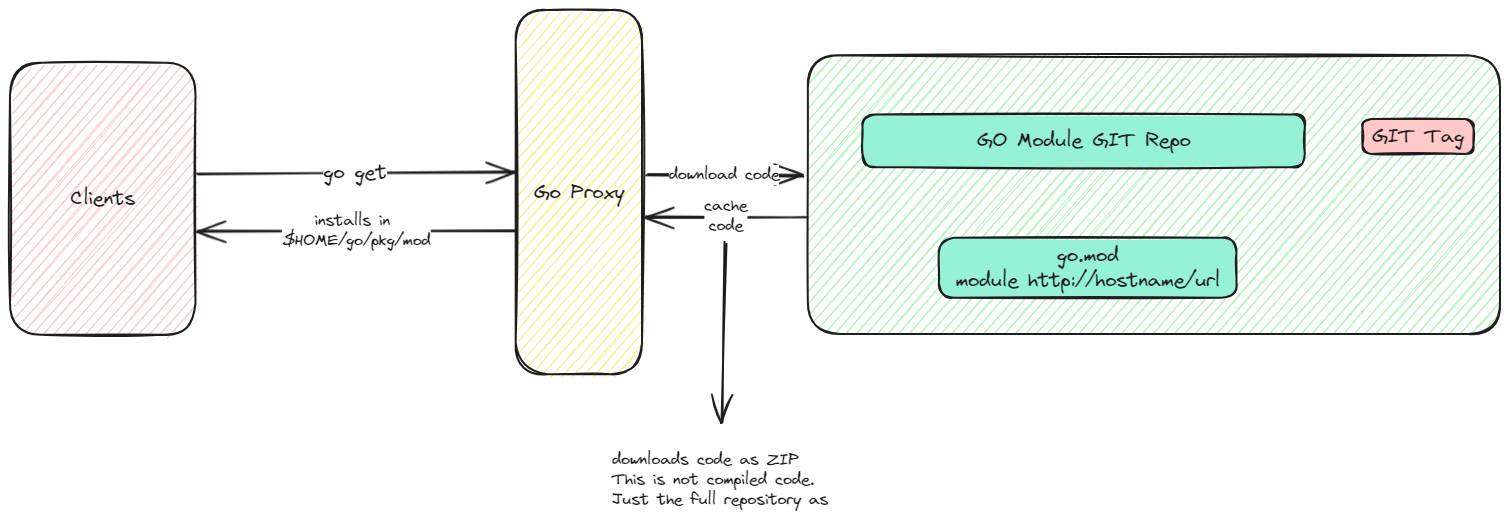
This is static/img/go-modules.excalidraw.png from swaroopar/inprogress-engineer, a Excalidraw export, as it was before one commit. Source tidied: one line per element, renumbered; positions are measured from the earlier drawing's top-left corner, leaving out a move shared by most shapes. Source of this version:
```json
{"id": 0, "type": "rectangle", "strokeColor": "#1e1e1e", "backgroundColor": "#b2f2bb", "fillStyle": "hachure", "strokeWidth": 2, "roughness": 1, "round": true, "x": 798, "y": 45, "width": 692, "height": 279}
{"id": 1, "type": "rectangle", "strokeColor": "#1e1e1e", "backgroundColor": "#96f2d7", "fillStyle": "solid", "strokeWidth": 2, "roughness": 1, "round": true, "x": 853, "y": 104, "width": 442, "height": 52}
{"id": 2, "type": "text", "text": "GO Module GIT Repo", "strokeColor": "#1e1e1e", "strokeWidth": 2, "roughness": 1, "fontSize": 20, "fontFamily": 1, "textAlign": "center", "verticalAlign": "middle", "inside": 1, "x": 967, "y": 118, "width": 214, "height": 25}
{"id": 3, "type": "rectangle", "strokeColor": "#1e1e1e", "backgroundColor": "#ffc9c9", "fillStyle": "solid", "strokeWidth": 2, "roughness": 1, "round": true, "x": 1353, "y": 109, "width": 111, "height": 35}
{"id": 4, "type": "text", "text": "GIT Tag", "strokeColor": "#1e1e1e", "strokeWidth": 2, "roughness": 1, "fontSize": 20, "fontFamily": 1, "textAlign": "center", "verticalAlign": "middle", "inside": 3, "x": 1362, "y": 114, "width": 92, "height": 25}
{"id": 5, "type": "rectangle", "strokeColor": "#1e1e1e", "backgroundColor": "#96f2d7", "fillStyle": "solid", "strokeWidth": 2, "roughness": 1, "round": true, "x": 929, "y": 228, "width": 298, "height": 60}
{"id": 6, "type": "text", "text": "go.mod\nmodule http://hostname/url", "strokeColor": "#1e1e1e", "strokeWidth": 2, "roughness": 1, "fontSize": 20, "fontFamily": 1, "textAlign": "center", "verticalAlign": "middle", "inside": 5, "x": 945, "y": 233, "width": 264, "height": 50}
{"id": 7, "type": "rectangle", "strokeColor": "#1e1e1e", "backgroundColor": "#ffec99", "fillStyle": "hachure", "strokeWidth": 2, "roughness": 1, "round": true, "x": 506, "y": 0, "width": 126, "height": 364}
{"id": 8, "type": "text", "text": "Go Proxy", "strokeColor": "#1e1e1e", "strokeWidth": 2, "roughness": 1, "fontSize": 20, "fontFamily": 1, "textAlign": "center", "verticalAlign": "middle", "inside": 7, "x": 524, "y": 170, "width": 90, "height": 25}
{"id": 9, "type": "rectangle", "strokeColor": "#1e1e1e", "backgroundColor": "#ffc9c9", "fillStyle": "hachure", "strokeWidth": 2, "roughness": 1, "round": true, "x": 0, "y": 53, "width": 185, "height": 272}
{"id": 10, "type": "text", "text": "Clients", "strokeColor": "#1e1e1e", "strokeWidth": 2, "roughness": 1, "fontSize": 20, "fontFamily": 1, "textAlign": "center", "verticalAlign": "middle", "inside": 9, "x": 60, "y": 176, "width": 65, "height": 25}
{"id": 11, "type": "arrow", "strokeColor": "#1e1e1e", "strokeWidth": 2, "roughness": 1, "endArrowhead": "arrow", "round": true, "from": 9, "to": 7, "x": 186, "y": 163, "width": 317, "height": 2, "points": [[0, 0], [317, -2]]}
{"id": 12, "type": "text", "text": "go get", "strokeColor": "#1e1e1e", "strokeWidth": 2, "roughness": 1, "fontSize": 20, "fontFamily": 1, "textAlign": "center", "verticalAlign": "middle", "inside": 11, "x": 369, "y": 152, "width": 63, "height": 25}
{"id": 13, "type": "arrow", "strokeColor": "#1e1e1e", "strokeWidth": 2, "roughness": 1, "endArrowhead": "arrow", "round": true, "to": 0, "x": 636, "y": 165, "width": 155, "height": 0, "points": [[0, 0], [155, 0]]}
{"id": 14, "type": "text", "text": "download code", "strokeColor": "#1e1e1e", "strokeWidth": 2, "roughness": 1, "fontSize": 16, "fontFamily": 1, "textAlign": "center", "verticalAlign": "middle", "inside": 13, "x": 659, "y": 155, "width": 111, "height": 20}
{"id": 15, "type": "arrow", "strokeColor": "#1e1e1e", "strokeWidth": 2, "roughness": 1, "endArrowhead": "arrow", "round": true, "from": 0, "x": 796, "y": 206, "width": 161, "height": 0, "points": [[0, 0], [-161, 0]]}
{"id": 16, "type": "text", "text": "cache\ncode", "strokeColor": "#1e1e1e", "strokeWidth": 2, "roughness": 1, "fontSize": 16, "fontFamily": 1, "textAlign": "center", "verticalAlign": "middle", "inside": 15, "x": 694, "y": 186, "width": 43, "height": 40}
{"id": 17, "type": "arrow", "strokeColor": "#1e1e1e", "strokeWidth": 2, "roughness": 1, "endArrowhead": "arrow", "round": true, "x": 715, "y": 233, "width": 2, "height": 180, "points": [[0, 0], [-2, 180]]}
{"id": 18, "type": "text", "text": "downloads code as ZIP\nThis is not compiled code. \nJust the full repository as ", "strokeColor": "#1e1e1e", "strokeWidth": 2, "roughness": 1, "fontSize": 16, "fontFamily": 1, "x": 602, "y": 440, "width": 224, "height": 60}
{"id": 19, "type": "arrow", "strokeColor": "#1e1e1e", "strokeWidth": 2, "roughness": 1, "endArrowhead": "arrow", "round": true, "to": 9, "x": 505, "y": 221, "width": 317, "height": 0, "points": [[0, 0], [-317, 0]]}
{"id": 20, "type": "text", "text": "installs in \n$HOME/go/pkg/mod", "strokeColor": "#1e1e1e", "strokeWidth": 2, "roughness": 1, "fontSize": 16, "fontFamily": 1, "textAlign": "center", "verticalAlign": "middle", "inside": 19, "x": 326, "y": 201, "width": 149, "height": 40}
```
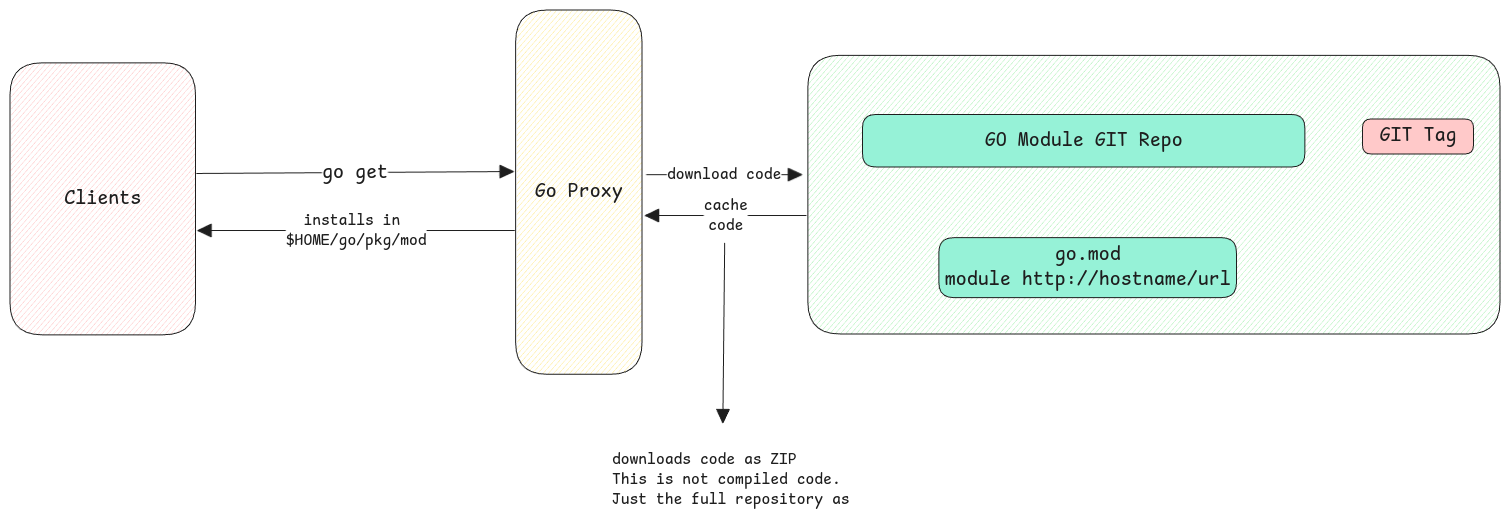
After the commit.

Diff of the diagram source:
```diff
@@ -1,21 +1,21 @@
-{"id": 0, "type": "rectangle", "strokeColor": "#1e1e1e", "backgroundColor": "#b2f2bb", "fillStyle": "hachure", "strokeWidth": 2, "roughness": 1, "round": true, "x": 798, "y": 45, "width": 692, "height": 279}
+{"id": 0, "type": "rectangle", "strokeColor": "#1e1e1e", "backgroundColor": "#b2f2bb", "fillStyle": "hachure", "strokeWidth": 1, "roughness": 0, "round": true, "x": 798, "y": 45, "width": 692, "height": 279}
-{"id": 1, "type": "rectangle", "strokeColor": "#1e1e1e", "backgroundColor": "#96f2d7", "fillStyle": "solid", "strokeWidth": 2, "roughness": 1, "round": true, "x": 853, "y": 104, "width": 442, "height": 52}
+{"id": 1, "type": "rectangle", "strokeColor": "#1e1e1e", "backgroundColor": "#96f2d7", "fillStyle": "solid", "strokeWidth": 1, "roughness": 0, "round": true, "x": 853, "y": 104, "width": 442, "height": 52}
-{"id": 2, "type": "text", "text": "GO Module GIT Repo", "strokeColor": "#1e1e1e", "strokeWidth": 2, "roughness": 1, "fontSize": 20, "fontFamily": 1, "textAlign": "center", "verticalAlign": "middle", "inside": 1, "x": 967, "y": 118, "width": 214, "height": 25}
+{"id": 2, "type": "text", "text": "GO Module GIT Repo", "strokeColor": "#1e1e1e", "strokeWidth": 2, "roughness": 1, "fontSize": 20, "fontFamily": 8, "textAlign": "center", "verticalAlign": "middle", "inside": 1, "x": 975, "y": 118, "width": 198, "height": 25}
-{"id": 3, "type": "rectangle", "strokeColor": "#1e1e1e", "backgroundColor": "#ffc9c9", "fillStyle": "solid", "strokeWidth": 2, "roughness": 1, "round": true, "x": 1353, "y": 109, "width": 111, "height": 35}
+{"id": 3, "type": "rectangle", "strokeColor": "#1e1e1e", "backgroundColor": "#ffc9c9", "fillStyle": "solid", "strokeWidth": 1, "roughness": 0, "round": true, "x": 1353, "y": 109, "width": 111, "height": 35}
-{"id": 4, "type": "text", "text": "GIT Tag", "strokeColor": "#1e1e1e", "strokeWidth": 2, "roughness": 1, "fontSize": 20, "fontFamily": 1, "textAlign": "center", "verticalAlign": "middle", "inside": 3, "x": 1362, "y": 114, "width": 92, "height": 25}
+{"id": 4, "type": "text", "text": "GIT Tag", "strokeColor": "#1e1e1e", "strokeWidth": 2, "roughness": 1, "fontSize": 20, "fontFamily": 8, "textAlign": "center", "verticalAlign": "middle", "inside": 3, "x": 1369, "y": 114, "width": 77, "height": 25}
-{"id": 5, "type": "rectangle", "strokeColor": "#1e1e1e", "backgroundColor": "#96f2d7", "fillStyle": "solid", "strokeWidth": 2, "roughness": 1, "round": true, "x": 929, "y": 228, "width": 298, "height": 60}
+{"id": 5, "type": "rectangle", "strokeColor": "#1e1e1e", "backgroundColor": "#96f2d7", "fillStyle": "solid", "strokeWidth": 1, "roughness": 0, "round": true, "x": 929, "y": 228, "width": 298, "height": 60}
-{"id": 6, "type": "text", "text": "go.mod\nmodule http://hostname/url", "strokeColor": "#1e1e1e", "strokeWidth": 2, "roughness": 1, "fontSize": 20, "fontFamily": 1, "textAlign": "center", "verticalAlign": "middle", "inside": 5, "x": 945, "y": 233, "width": 264, "height": 50}
+{"id": 6, "type": "text", "text": "go.mod\nmodule http://hostname/url", "strokeColor": "#1e1e1e", "strokeWidth": 2, "roughness": 1, "fontSize": 20, "fontFamily": 8, "textAlign": "center", "verticalAlign": "middle", "inside": 5, "x": 935, "y": 233, "width": 286, "height": 50}
-{"id": 7, "type": "rectangle", "strokeColor": "#1e1e1e", "backgroundColor": "#ffec99", "fillStyle": "hachure", "strokeWidth": 2, "roughness": 1, "round": true, "x": 506, "y": 0, "width": 126, "height": 364}
+{"id": 7, "type": "rectangle", "strokeColor": "#1e1e1e", "backgroundColor": "#ffec99", "fillStyle": "hachure", "strokeWidth": 1, "roughness": 0, "round": true, "x": 506, "y": 0, "width": 126, "height": 364}
-{"id": 8, "type": "text", "text": "Go Proxy", "strokeColor": "#1e1e1e", "strokeWidth": 2, "roughness": 1, "fontSize": 20, "fontFamily": 1, "textAlign": "center", "verticalAlign": "middle", "inside": 7, "x": 524, "y": 170, "width": 90, "height": 25}
+{"id": 8, "type": "text", "text": "Go Proxy", "strokeColor": "#1e1e1e", "strokeWidth": 2, "roughness": 1, "fontSize": 20, "fontFamily": 8, "textAlign": "center", "verticalAlign": "middle", "inside": 7, "x": 525, "y": 170, "width": 88, "height": 25}
-{"id": 9, "type": "rectangle", "strokeColor": "#1e1e1e", "backgroundColor": "#ffc9c9", "fillStyle": "hachure", "strokeWidth": 2, "roughness": 1, "round": true, "x": 0, "y": 53, "width": 185, "height": 272}
+{"id": 9, "type": "rectangle", "strokeColor": "#1e1e1e", "backgroundColor": "#ffc9c9", "fillStyle": "hachure", "strokeWidth": 1, "roughness": 0, "round": true, "x": 0, "y": 53, "width": 185, "height": 272}
-{"id": 10, "type": "text", "text": "Clients", "strokeColor": "#1e1e1e", "strokeWidth": 2, "roughness": 1, "fontSize": 20, "fontFamily": 1, "textAlign": "center", "verticalAlign": "middle", "inside": 9, "x": 60, "y": 176, "width": 65, "height": 25}
+{"id": 10, "type": "text", "text": "Clients", "strokeColor": "#1e1e1e", "strokeWidth": 2, "roughness": 1, "fontSize": 20, "fontFamily": 8, "textAlign": "center", "verticalAlign": "middle", "inside": 9, "x": 54, "y": 176, "width": 77, "height": 25}
-{"id": 11, "type": "arrow", "strokeColor": "#1e1e1e", "strokeWidth": 2, "roughness": 1, "endArrowhead": "arrow", "round": true, "from": 9, "to": 7, "x": 186, "y": 163, "width": 317, "height": 2, "points": [[0, 0], [317, -2]]}
+{"id": 11, "type": "arrow", "strokeColor": "#1e1e1e", "strokeWidth": 1, "roughness": 0, "endArrowhead": "triangle", "round": true, "from": 9, "to": 7, "x": 186, "y": 163, "width": 317, "height": 2, "points": [[0, 0], [317, -2]]}
-{"id": 12, "type": "text", "text": "go get", "strokeColor": "#1e1e1e", "strokeWidth": 2, "roughness": 1, "fontSize": 20, "fontFamily": 1, "textAlign": "center", "verticalAlign": "middle", "inside": 11, "x": 369, "y": 152, "width": 63, "height": 25}
+{"id": 12, "type": "text", "text": "go get", "strokeColor": "#1e1e1e", "strokeWidth": 2, "roughness": 1, "fontSize": 20, "fontFamily": 8, "textAlign": "center", "verticalAlign": "middle", "inside": 11, "x": 312, "y": 150, "width": 66, "height": 25}
-{"id": 13, "type": "arrow", "strokeColor": "#1e1e1e", "strokeWidth": 2, "roughness": 1, "endArrowhead": "arrow", "round": true, "to": 0, "x": 636, "y": 165, "width": 155, "height": 0, "points": [[0, 0], [155, 0]]}
+{"id": 13, "type": "arrow", "strokeColor": "#1e1e1e", "strokeWidth": 1, "roughness": 0, "endArrowhead": "triangle", "round": true, "to": 0, "x": 636, "y": 165, "width": 155, "height": 0, "points": [[0, 0], [155, 0]]}
-{"id": 14, "type": "text", "text": "download code", "strokeColor": "#1e1e1e", "strokeWidth": 2, "roughness": 1, "fontSize": 16, "fontFamily": 1, "textAlign": "center", "verticalAlign": "middle", "inside": 13, "x": 659, "y": 155, "width": 111, "height": 20}
+{"id": 14, "type": "text", "text": "download code", "strokeColor": "#1e1e1e", "strokeWidth": 2, "roughness": 1, "fontSize": 16, "fontFamily": 8, "textAlign": "center", "verticalAlign": "middle", "inside": 13, "x": 657, "y": 155, "width": 114, "height": 20}
-{"id": 15, "type": "arrow", "strokeColor": "#1e1e1e", "strokeWidth": 2, "roughness": 1, "endArrowhead": "arrow", "round": true, "from": 0, "x": 796, "y": 206, "width": 161, "height": 0, "points": [[0, 0], [-161, 0]]}
+{"id": 15, "type": "arrow", "strokeColor": "#1e1e1e", "strokeWidth": 1, "roughness": 0, "endArrowhead": "triangle", "round": true, "from": 0, "x": 796, "y": 206, "width": 161, "height": 0, "points": [[0, 0], [-161, 0]]}
-{"id": 16, "type": "text", "text": "cache\ncode", "strokeColor": "#1e1e1e", "strokeWidth": 2, "roughness": 1, "fontSize": 16, "fontFamily": 1, "textAlign": "center", "verticalAlign": "middle", "inside": 15, "x": 694, "y": 186, "width": 43, "height": 40}
+{"id": 16, "type": "text", "text": "cache\ncode", "strokeColor": "#1e1e1e", "strokeWidth": 2, "roughness": 1, "fontSize": 16, "fontFamily": 8, "textAlign": "center", "verticalAlign": "middle", "inside": 15, "x": 694, "y": 186, "width": 44, "height": 40}
-{"id": 17, "type": "arrow", "strokeColor": "#1e1e1e", "strokeWidth": 2, "roughness": 1, "endArrowhead": "arrow", "round": true, "x": 715, "y": 233, "width": 2, "height": 180, "points": [[0, 0], [-2, 180]]}
+{"id": 17, "type": "arrow", "strokeColor": "#1e1e1e", "strokeWidth": 1, "roughness": 0, "endArrowhead": "triangle", "round": true, "x": 715, "y": 233, "width": 2, "height": 180, "points": [[0, 0], [-2, 180]]}
-{"id": 18, "type": "text", "text": "downloads code as ZIP\nThis is not compiled code. \nJust the full repository as ", "strokeColor": "#1e1e1e", "strokeWidth": 2, "roughness": 1, "fontSize": 16, "fontFamily": 1, "x": 602, "y": 440, "width": 224, "height": 60}
+{"id": 18, "type": "text", "text": "downloads code as ZIP\nThis is not compiled code. \nJust the full repository as ", "strokeColor": "#1e1e1e", "strokeWidth": 1, "roughness": 0, "fontSize": 16, "fontFamily": 8, "x": 602, "y": 440, "width": 246, "height": 60}
-{"id": 19, "type": "arrow", "strokeColor": "#1e1e1e", "strokeWidth": 2, "roughness": 1, "endArrowhead": "arrow", "round": true, "to": 9, "x": 505, "y": 221, "width": 317, "height": 0, "points": [[0, 0], [-317, 0]]}
+{"id": 19, "type": "arrow", "strokeColor": "#1e1e1e", "strokeWidth": 1, "roughness": 0, "endArrowhead": "triangle", "round": true, "to": 9, "x": 505, "y": 221, "width": 317, "height": 0, "points": [[0, 0], [-317, 0]]}
-{"id": 20, "type": "text", "text": "installs in \n$HOME/go/pkg/mod", "strokeColor": "#1e1e1e", "strokeWidth": 2, "roughness": 1, "fontSize": 16, "fontFamily": 1, "textAlign": "center", "verticalAlign": "middle", "inside": 19, "x": 326, "y": 201, "width": 149, "height": 40}
+{"id": 20, "type": "text", "text": "installs in \n$HOME/go/pkg/mod", "strokeColor": "#1e1e1e", "strokeWidth": 2, "roughness": 1, "fontSize": 16, "fontFamily": 8, "textAlign": "center", "verticalAlign": "middle", "inside": 19, "x": 276, "y": 201, "width": 141, "height": 40}
```
